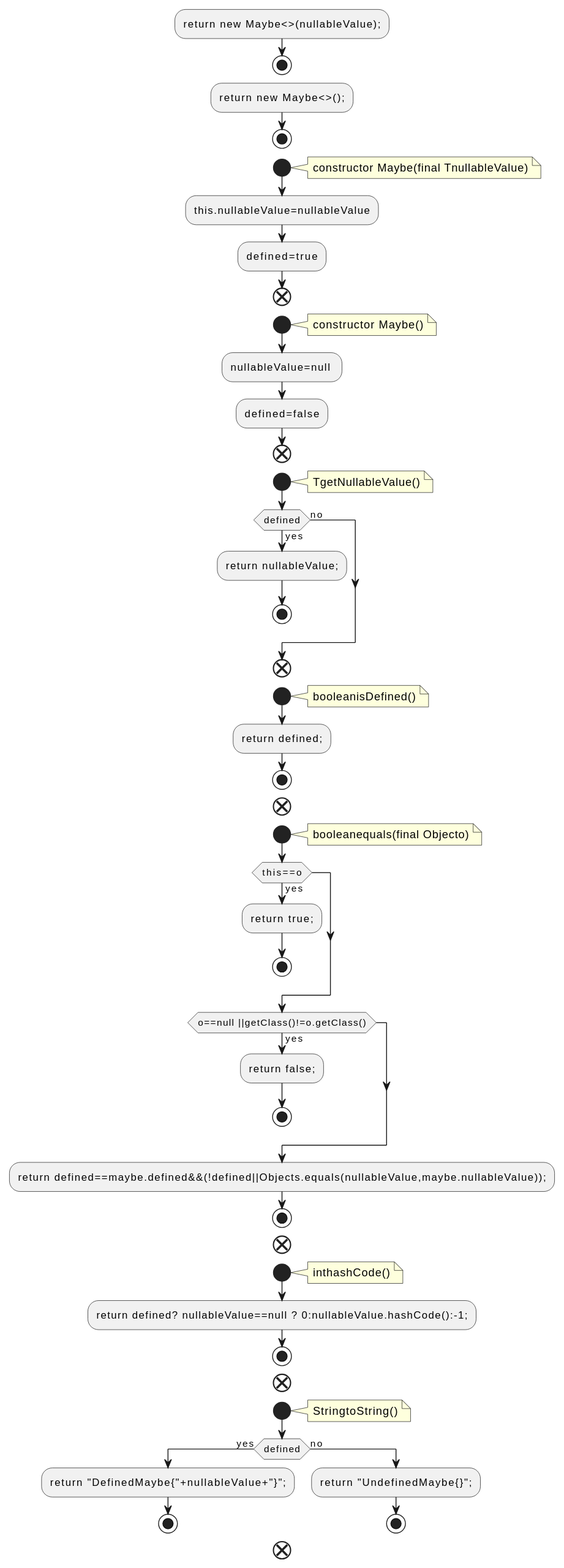
This is docs/qc/streams/src/main/java/org/apache/kafka/streams/state/internals/Maybe.java.fct.svg from qualitesys/kafka, a PlantUML export, as it was before one commit.
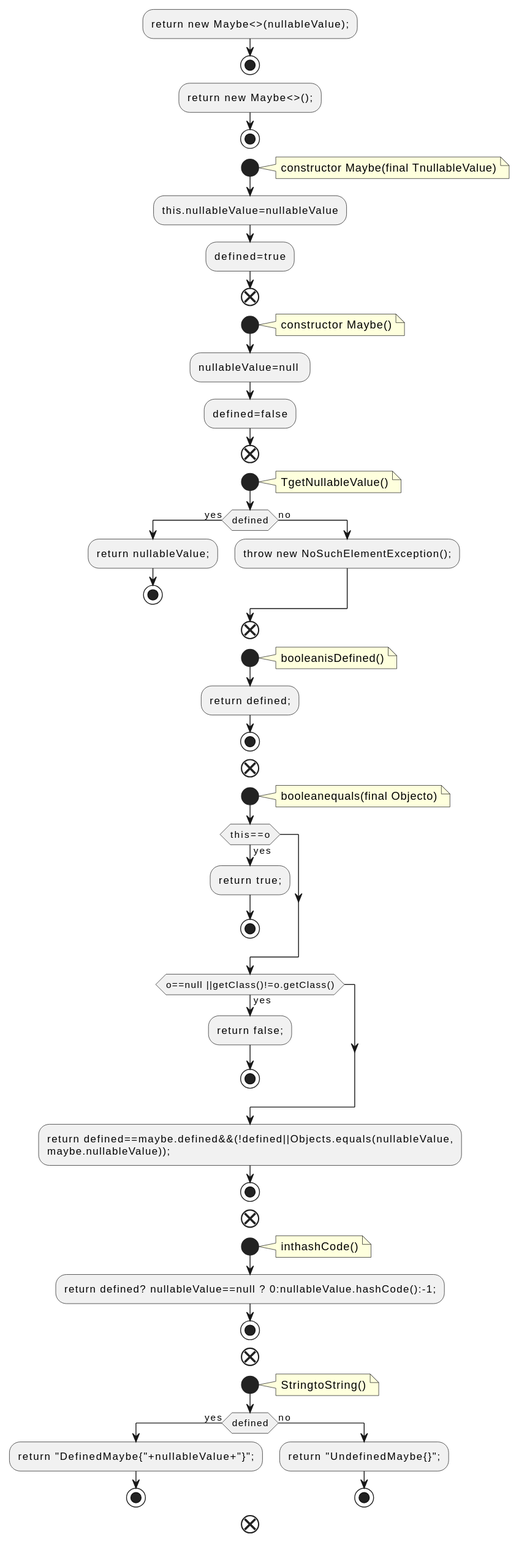
Later version of the same file.

Diff of the diagram source:
```diff
@@ -26,6 +26,7 @@
 :return nullableValue;;
 stop
 else (no)
+:throw new NoSuchElementException();;
 endif
 end
 start
@@ -47,7 +48,8 @@
 :return false;;
 stop
 endif
-:return defined==maybe.defined&&(!defined||Objects.equals(nullableValue,maybe.nullableValue));;
+:return defined==maybe.defined&&(!defined||Objects.equals(nullableValue,
+maybe.nullableValue));;
 stop
 end
 start
```
